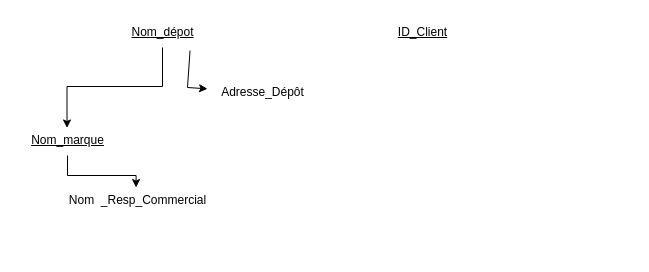
This is Base_Données_TD3_EXO1.drawio from NicolasRbls/Diagramme, a draw.io file, before an edit. Source tidied: cells renumbered, new cells numbered last; positions are measured from the earlier drawing's top-left corner, leaving out a move shared by most shapes. Both pictures are drawn from the tidied source at 100%, with x=0, y=0 at pixel (17, 17).
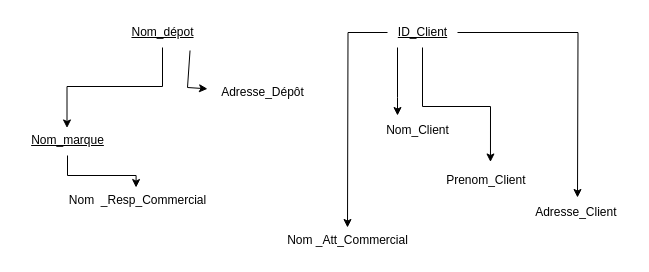
The same diagram, later.

Commit message (it also covers changes not shown here):
Mettre à jour Base_Données_TD3_EXO1.drawio

The change refers to these unchanged cells:
```xml
<mxCell id="9" value="&lt;u&gt;ID_Client&lt;/u&gt;" style="text;html=1;align=center;verticalAlign=middle;points=[];strokeColor=none;fillColor=none;" parent="1" vertex="1">
  <mxGeometry x="370" width="70" height="30" as="geometry" />
</mxCell>
```

Change to the diagram source:
```diff
@@
+    <mxCell id="10" style="edgeStyle=orthogonalEdgeStyle;rounded=0;jettySize=auto;html=1;" parent="1" edge="1" source="9" target="14">
+      <mxGeometry relative="1" as="geometry">
+        <Array as="points">
+          <mxPoint x="380" y="80" />
+          <mxPoint x="380" y="80" />
+        </Array>
+      </mxGeometry>
+    </mxCell>
+    <mxCell id="11" style="edgeStyle=orthogonalEdgeStyle;rounded=0;jettySize=auto;html=1;entryX=0.527;entryY=-0.117;entryDx=0;entryDy=0;entryPerimeter=0;" parent="1" edge="1" source="9" target="15">
+      <mxGeometry relative="1" as="geometry" />
+    </mxCell>
+    <mxCell id="12" style="edgeStyle=orthogonalEdgeStyle;rounded=0;jettySize=auto;html=1;" parent="1" edge="1" source="9">
+      <mxGeometry relative="1" as="geometry">
+        <mxPoint x="560" y="180" as="targetPoint" />
+      </mxGeometry>
+    </mxCell>
+    <mxCell id="13" style="edgeStyle=orthogonalEdgeStyle;rounded=0;jettySize=auto;html=1;" parent="1" edge="1" source="9">
+      <mxGeometry relative="1" as="geometry">
+        <mxPoint x="330" y="210" as="targetPoint" />
+      </mxGeometry>
+    </mxCell>
@@
+    <mxCell id="14" value="Nom_Client" style="text;html=1;align=center;verticalAlign=middle;points=[];strokeColor=none;fillColor=none;" parent="1" vertex="1">
+      <mxGeometry x="355" y="98" width="90" height="30" as="geometry" />
+    </mxCell>
+    <mxCell id="15" value="Prenom_Client&amp;nbsp;" style="text;html=1;align=center;verticalAlign=middle;points=[];strokeColor=none;fillColor=none;" parent="1" vertex="1">
+      <mxGeometry x="415" y="148" width="110" height="30" as="geometry" />
+    </mxCell>
+    <mxCell id="16" value="Adresse_Client&amp;nbsp;" style="text;html=1;align=center;verticalAlign=middle;strokeColor=none;fillColor=none;" parent="1" vertex="1">
+      <mxGeometry x="505" y="180" width="110" height="30" as="geometry" />
+    </mxCell>
+    <mxCell id="17" value="Nom&amp;nbsp;_Att_Commercial" style="text;html=1;align=center;verticalAlign=middle;strokeColor=none;fillColor=none;" parent="1" vertex="1">
+      <mxGeometry x="260" y="208" width="140" height="30" as="geometry" />
+    </mxCell>
```
